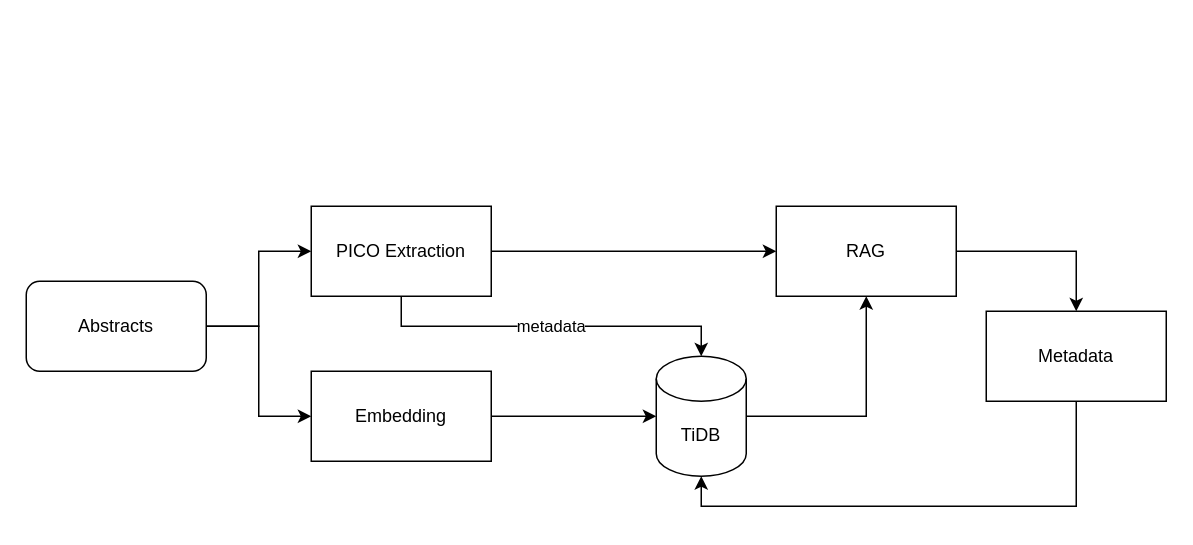
This is page "PICO-Design" (6 of 10) of assets/Solution Design Diagram.drawio from datagero/pico-scholar, a draw.io file, before an edit. Source tidied: cells renumbered, new cells numbered last; positions are measured from the earlier drawing's top-left corner, leaving out a move shared by most shapes. Both pictures are drawn from the tidied source at 150%, with x=0, y=0 at pixel (26, 206).
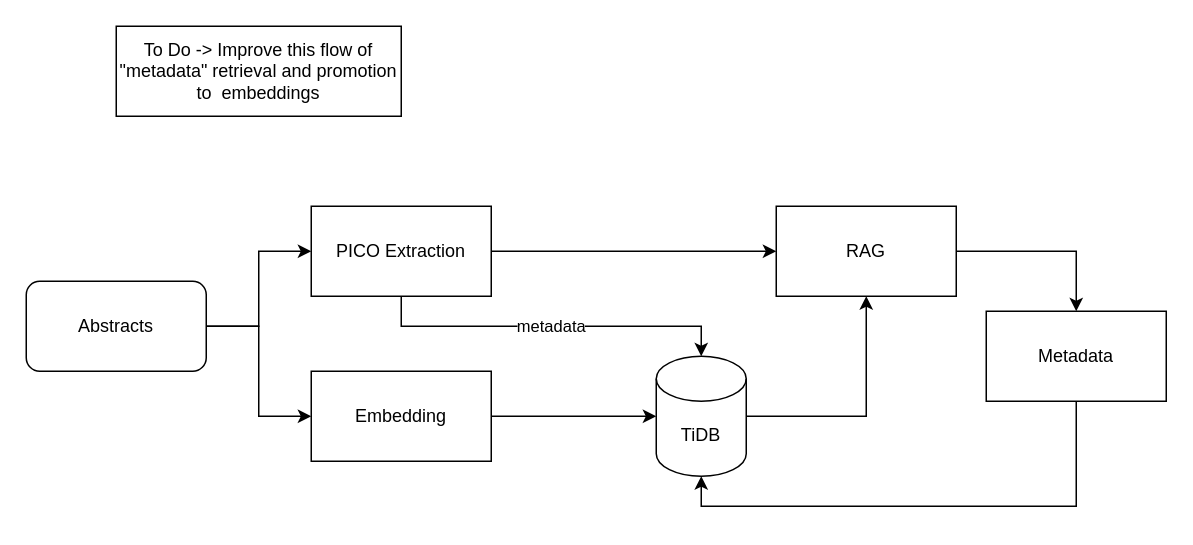
The same diagram, later.

The edit, as a diff of the source:
```diff
@@
 <mxGraphModel>
   <root>
     <mxCell id="0" />
     <mxCell id="1" parent="0" />
     <mxCell id="2" style="edgeStyle=orthogonalEdgeStyle;rounded=0;jettySize=auto;html=1;exitX=1;exitY=0.5;exitDx=0;exitDy=0;entryX=0;entryY=0.5;entryDx=0;entryDy=0;" parent="1" edge="1" source="4" target="6">
       <mxGeometry relative="1" as="geometry" />
     </mxCell>
     <mxCell id="3" style="edgeStyle=orthogonalEdgeStyle;rounded=0;jettySize=auto;html=1;exitX=1;exitY=0.5;exitDx=0;exitDy=0;entryX=0;entryY=0.5;entryDx=0;entryDy=0;" parent="1" edge="1" source="4" target="8">
       <mxGeometry relative="1" as="geometry" />
     </mxCell>
     <mxCell id="4" value="Abstracts" style="rounded=1;whiteSpace=wrap;html=1;" parent="1" vertex="1">
       <mxGeometry y="50" width="120" height="60" as="geometry" />
     </mxCell>
     <mxCell id="5" style="edgeStyle=orthogonalEdgeStyle;rounded=0;jettySize=auto;html=1;exitX=1;exitY=0.5;exitDx=0;exitDy=0;entryX=0;entryY=0.5;entryDx=0;entryDy=0;" parent="1" edge="1" source="6" target="12">
       <mxGeometry relative="1" as="geometry" />
     </mxCell>
     <mxCell id="6" value="PICO Extraction" style="rounded=0;whiteSpace=wrap;html=1;" parent="1" vertex="1">
       <mxGeometry x="190" width="120" height="60" as="geometry" />
     </mxCell>
     <mxCell id="7" style="edgeStyle=orthogonalEdgeStyle;rounded=0;jettySize=auto;html=1;exitX=1;exitY=0.5;exitDx=0;exitDy=0;" parent="1" edge="1" source="8" target="10">
       <mxGeometry relative="1" as="geometry" />
     </mxCell>
     <mxCell id="8" value="Embedding" style="rounded=0;whiteSpace=wrap;html=1;" parent="1" vertex="1">
       <mxGeometry x="190" y="110" width="120" height="60" as="geometry" />
     </mxCell>
     <mxCell id="9" style="edgeStyle=orthogonalEdgeStyle;rounded=0;jettySize=auto;html=1;exitX=1;exitY=0.5;exitDx=0;exitDy=0;exitPerimeter=0;entryX=0.5;entryY=1;entryDx=0;entryDy=0;" parent="1" edge="1" source="10" target="12">
       <mxGeometry relative="1" as="geometry" />
     </mxCell>
     <mxCell id="10" value="TiDB" style="shape=cylinder3;whiteSpace=wrap;html=1;boundedLbl=1;backgroundOutline=1;size=15;" parent="1" vertex="1">
       <mxGeometry x="420" y="100" width="60" height="80" as="geometry" />
     </mxCell>
     <mxCell id="11" style="edgeStyle=orthogonalEdgeStyle;rounded=0;jettySize=auto;html=1;exitX=1;exitY=0.5;exitDx=0;exitDy=0;entryX=0.5;entryY=0;entryDx=0;entryDy=0;" parent="1" edge="1" source="12" target="13">
       <mxGeometry relative="1" as="geometry" />
     </mxCell>
     <mxCell id="12" value="RAG" style="rounded=0;whiteSpace=wrap;html=1;" parent="1" vertex="1">
       <mxGeometry x="500" width="120" height="60" as="geometry" />
     </mxCell>
     <mxCell id="13" value="Metadata" style="rounded=0;whiteSpace=wrap;html=1;" parent="1" vertex="1">
       <mxGeometry x="640" y="70" width="120" height="60" as="geometry" />
     </mxCell>
     <mxCell id="14" value="metadata" style="edgeStyle=orthogonalEdgeStyle;rounded=0;jettySize=auto;html=1;exitX=0.5;exitY=1;exitDx=0;exitDy=0;entryX=0.5;entryY=0;entryDx=0;entryDy=0;entryPerimeter=0;" parent="1" edge="1" source="6" target="10">
       <mxGeometry relative="1" as="geometry" />
     </mxCell>
     <mxCell id="15" style="edgeStyle=orthogonalEdgeStyle;rounded=0;jettySize=auto;html=1;exitX=0.5;exitY=1;exitDx=0;exitDy=0;entryX=0.5;entryY=1;entryDx=0;entryDy=0;entryPerimeter=0;" parent="1" edge="1" source="13" target="10">
       <mxGeometry relative="1" as="geometry" />
     </mxCell>
+    <mxCell id="16" value="To Do -&amp;gt; Improve this flow of &quot;metadata&quot; retrieval and promotion to&amp;nbsp; embeddings" style="rounded=0;whiteSpace=wrap;html=1;" parent="1" vertex="1">
+      <mxGeometry x="60" y="-120" width="190" height="60" as="geometry" />
+    </mxCell>
   </root>
 </mxGraphModel>
```
